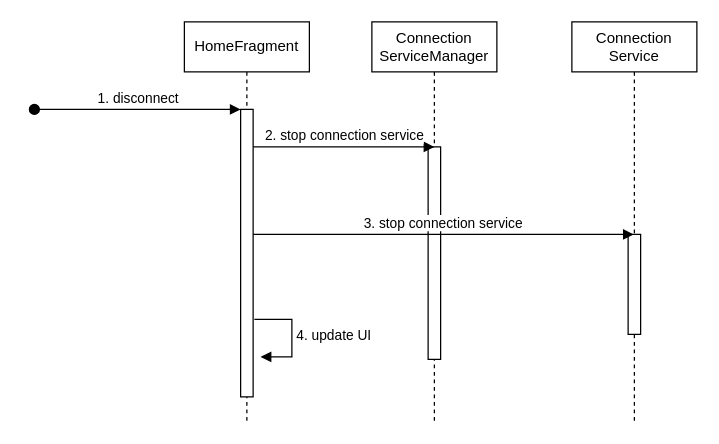
Above: my-thesis/diagrams/stop-connection-service-homefragment.drawio in ba-nhermanto/thesis (draw.io), before the change. Source tidied: cells renumbered, new cells numbered last; positions are measured from the earlier drawing's top-left corner, leaving out a move shared by most shapes. Both pictures are drawn from the tidied source at 125%, with x=0, y=0 at pixel (34, 21).
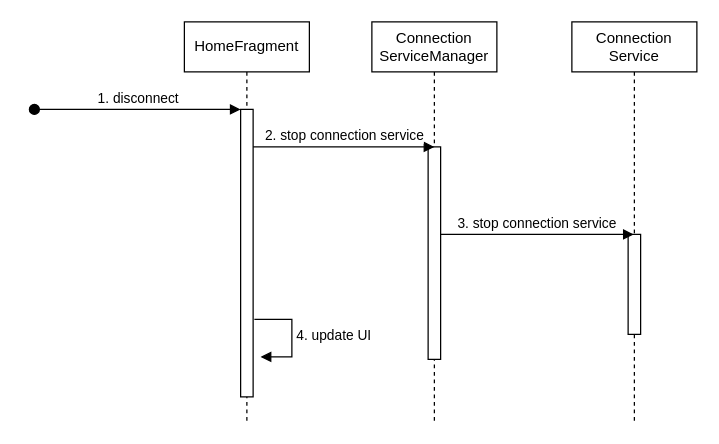
Above is the later version.

Change to the diagram source:
```diff
@@
 <mxGraphModel>
   <root>
     <mxCell id="0" />
     <mxCell id="1" parent="0" />
     <mxCell id="2" value="HomeFragment" style="shape=umlLifeline;perimeter=lifelinePerimeter;whiteSpace=wrap;html=1;newEdgeStyle={&quot;edgeStyle&quot;:&quot;elbowEdgeStyle&quot;,&quot;elbow&quot;:&quot;vertical&quot;,&quot;curved&quot;:0,&quot;rounded&quot;:0};" parent="1" vertex="1">
       <mxGeometry x="120" width="100" height="320" as="geometry" />
     </mxCell>
     <mxCell id="3" style="html=1;points=[];perimeter=orthogonalPerimeter;outlineConnect=0;targetShapes=umlLifeline;portConstraint=eastwest;newEdgeStyle={&quot;edgeStyle&quot;:&quot;elbowEdgeStyle&quot;,&quot;elbow&quot;:&quot;vertical&quot;,&quot;curved&quot;:0,&quot;rounded&quot;:0};" parent="2" vertex="1">
       <mxGeometry x="45" y="70" width="10" height="230" as="geometry" />
     </mxCell>
     <mxCell id="4" value="1. disconnect" style="html=1;verticalAlign=bottom;startArrow=oval;endArrow=block;startSize=8;edgeStyle=elbowEdgeStyle;elbow=vertical;curved=0;rounded=0;" parent="2" edge="1" target="3">
       <mxGeometry relative="1" as="geometry">
         <mxPoint x="-120" y="70" as="sourcePoint" />
       </mxGeometry>
     </mxCell>
     <mxCell id="5" value="4. update UI" style="html=1;align=left;spacingLeft=2;endArrow=block;rounded=0;edgeStyle=orthogonalEdgeStyle;curved=0;rounded=0;" parent="2" edge="1">
       <mxGeometry relative="1" as="geometry">
         <mxPoint x="56" y="238" as="sourcePoint" />
         <mxPoint x="61" y="268" as="targetPoint" />
         <Array as="points">
           <mxPoint x="86" y="268" />
         </Array>
       </mxGeometry>
     </mxCell>
     <mxCell id="6" value="Connection&lt;br&gt;Service" style="shape=umlLifeline;perimeter=lifelinePerimeter;whiteSpace=wrap;html=1;newEdgeStyle={&quot;edgeStyle&quot;:&quot;elbowEdgeStyle&quot;,&quot;elbow&quot;:&quot;vertical&quot;,&quot;curved&quot;:0,&quot;rounded&quot;:0};" parent="1" vertex="1">
       <mxGeometry x="430" width="100" height="320" as="geometry" />
     </mxCell>
     <mxCell id="7" style="html=1;perimeter=orthogonalPerimeter;targetShapes=umlLifeline;newEdgeStyle={&quot;edgeStyle&quot;:&quot;elbowEdgeStyle&quot;,&quot;elbow&quot;:&quot;vertical&quot;,&quot;curved&quot;:0,&quot;rounded&quot;:0};" parent="6" vertex="1">
       <mxGeometry x="45" y="170" width="10" height="80" as="geometry" />
     </mxCell>
     <mxCell id="8" value="Connection&lt;br&gt;ServiceManager" style="shape=umlLifeline;perimeter=lifelinePerimeter;whiteSpace=wrap;html=1;newEdgeStyle={&quot;edgeStyle&quot;:&quot;elbowEdgeStyle&quot;,&quot;elbow&quot;:&quot;vertical&quot;,&quot;curved&quot;:0,&quot;rounded&quot;:0};" parent="1" vertex="1">
       <mxGeometry x="270" width="100" height="320" as="geometry" />
     </mxCell>
     <mxCell id="9" style="html=1;points=[];perimeter=orthogonalPerimeter;outlineConnect=0;targetShapes=umlLifeline;portConstraint=eastwest;newEdgeStyle={&quot;edgeStyle&quot;:&quot;elbowEdgeStyle&quot;,&quot;elbow&quot;:&quot;vertical&quot;,&quot;curved&quot;:0,&quot;rounded&quot;:0};" parent="8" vertex="1">
       <mxGeometry x="45" y="100" width="10" height="170" as="geometry" />
     </mxCell>
     <mxCell id="10" value="2. stop connection service" style="html=1;verticalAlign=bottom;endArrow=block;edgeStyle=elbowEdgeStyle;elbow=vertical;curved=0;rounded=0;" parent="1" edge="1">
       <mxGeometry relative="1" as="geometry">
         <mxPoint x="175" y="100" as="sourcePoint" />
         <mxPoint x="320" y="100" as="targetPoint" />
         <Array as="points">
           <mxPoint x="250" y="100" />
         </Array>
       </mxGeometry>
     </mxCell>
-    <mxCell id="11" value="3. stop connection service" style="html=1;verticalAlign=bottom;endArrow=block;edgeStyle=elbowEdgeStyle;elbow=vertical;curved=0;rounded=0;" parent="1" edge="1">
+    <mxCell id="11" value="3. stop connection service" style="html=1;verticalAlign=bottom;endArrow=block;edgeStyle=elbowEdgeStyle;elbow=vertical;curved=0;rounded=0;" parent="1" edge="1" source="9">
       <mxGeometry relative="1" as="geometry">
-        <mxPoint x="175" y="170" as="sourcePoint" />
         <mxPoint x="479.5" y="170" as="targetPoint" />
-        <Array as="points">
-          <mxPoint x="245" y="170" />
-        </Array>
       </mxGeometry>
     </mxCell>
   </root>
 </mxGraphModel>
```
